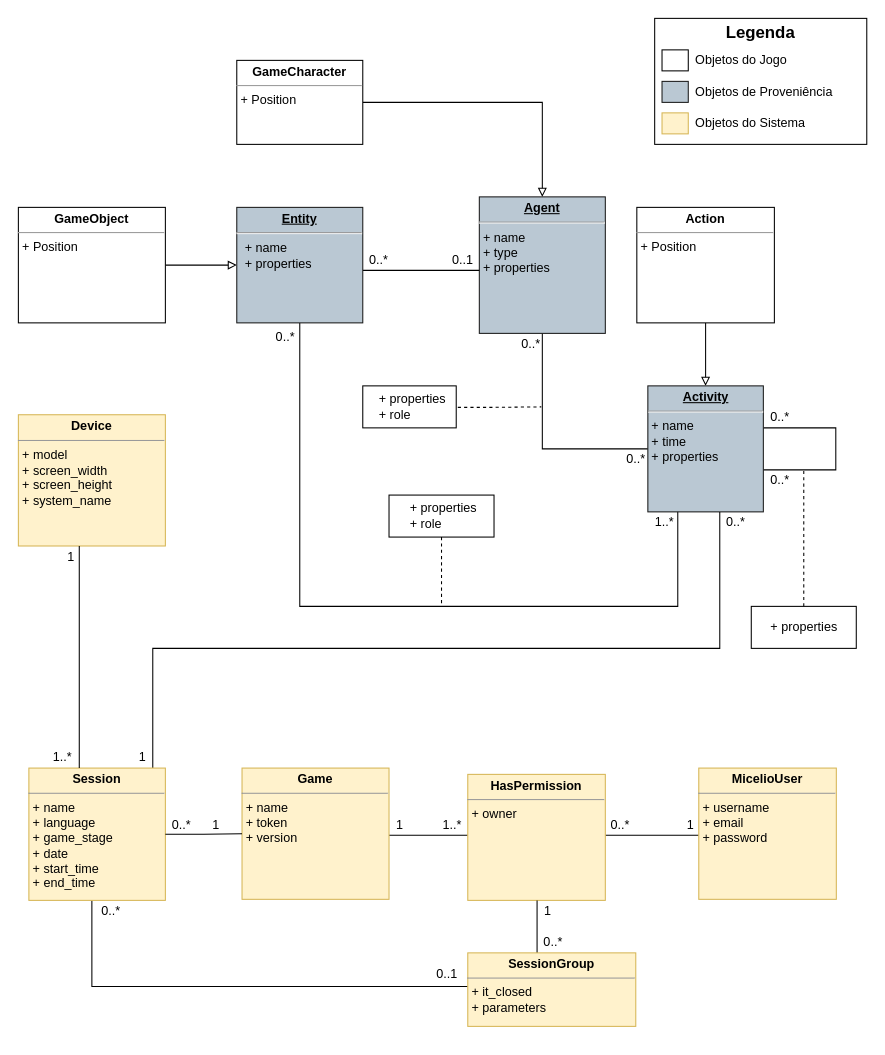
Above: page "WebAPI Class Model" (4 of 6) of Documentation/Diagramas/Modelo De Dados Proveniencia.drawio in multisens/micelio (draw.io), before the change. Source tidied: cells renumbered, new cells numbered last; positions are measured from the earlier drawing's top-left corner, leaving out a move shared by most shapes. Both pictures are drawn from the tidied source at 105%, with x=0, y=0 at pixel (18, 18).
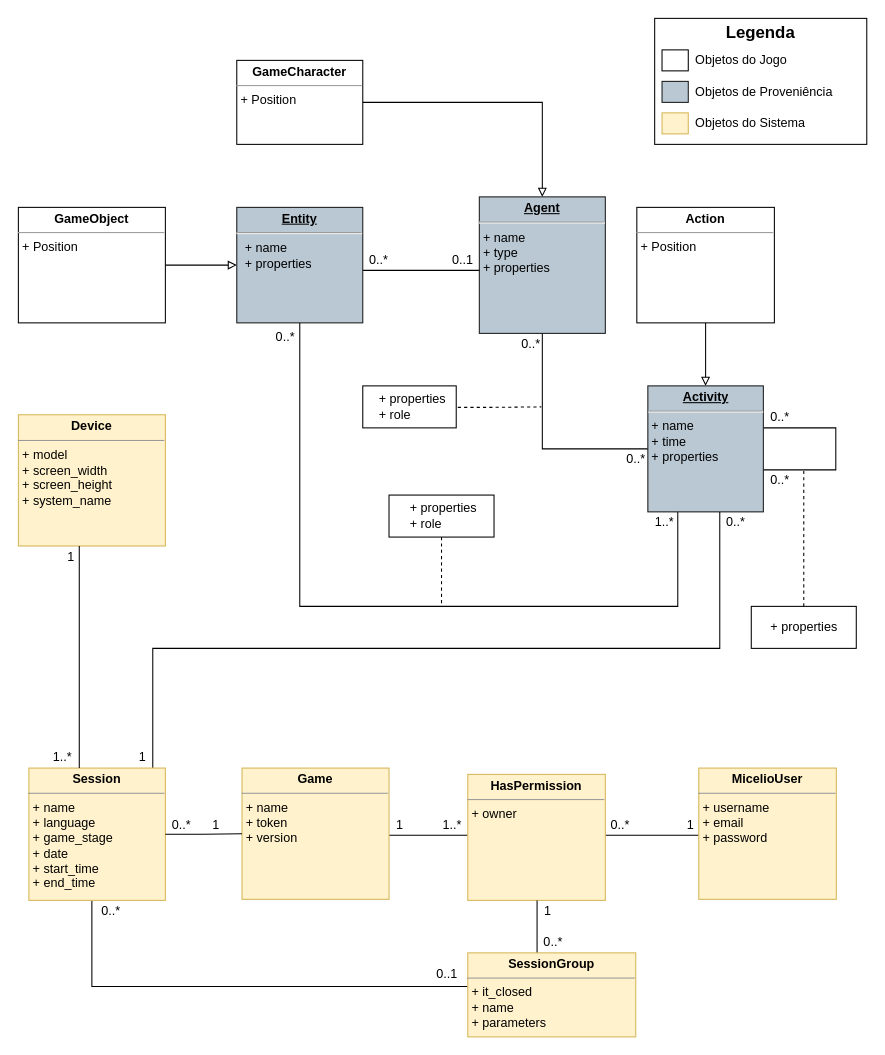
After the change.

The edit, as a diff of the source:
```diff
@@
-    <mxCell id="54" value="&lt;p style=&quot;margin: 0px ; margin-top: 4px ; text-align: center&quot;&gt;&lt;b&gt;SessionGroup&lt;/b&gt;&lt;/p&gt;&lt;hr size=&quot;1&quot;&gt;&lt;p style=&quot;margin: 0px ; margin-left: 4px&quot;&gt;&lt;span style=&quot;text-align: center&quot;&gt;+ it_closed&lt;/span&gt;&lt;br&gt;&lt;/p&gt;&lt;p style=&quot;margin: 0px ; margin-left: 4px&quot;&gt;&lt;span style=&quot;text-align: center&quot;&gt;+ parameters&lt;/span&gt;&lt;/p&gt;&lt;p style=&quot;margin: 0px ; margin-left: 4px&quot;&gt;&lt;/p&gt;" style="verticalAlign=top;align=left;overflow=fill;fontSize=12;fontFamily=Helvetica;html=1;strokeColor=#d6b656;fillColor=#fff2cc;" parent="1" vertex="1">
-      <mxGeometry x="428" y="890" width="160" height="70" as="geometry" />
+    <mxCell id="54" value="&lt;p style=&quot;margin: 0px ; margin-top: 4px ; text-align: center&quot;&gt;&lt;b&gt;SessionGroup&lt;/b&gt;&lt;/p&gt;&lt;hr size=&quot;1&quot;&gt;&lt;p style=&quot;margin: 0px ; margin-left: 4px&quot;&gt;&lt;span style=&quot;text-align: center&quot;&gt;+ it_closed&lt;/span&gt;&lt;br&gt;&lt;/p&gt;&lt;p style=&quot;margin: 0px ; margin-left: 4px&quot;&gt;+ name&lt;/p&gt;&lt;p style=&quot;margin: 0px ; margin-left: 4px&quot;&gt;&lt;span style=&quot;text-align: center&quot;&gt;+ parameters&lt;/span&gt;&lt;/p&gt;&lt;p style=&quot;margin: 0px ; margin-left: 4px&quot;&gt;&lt;/p&gt;" style="verticalAlign=top;align=left;overflow=fill;fontSize=12;fontFamily=Helvetica;html=1;strokeColor=#d6b656;fillColor=#fff2cc;" parent="1" vertex="1">
+      <mxGeometry x="428" y="890" width="160" height="80" as="geometry" />
     </mxCell>
```
